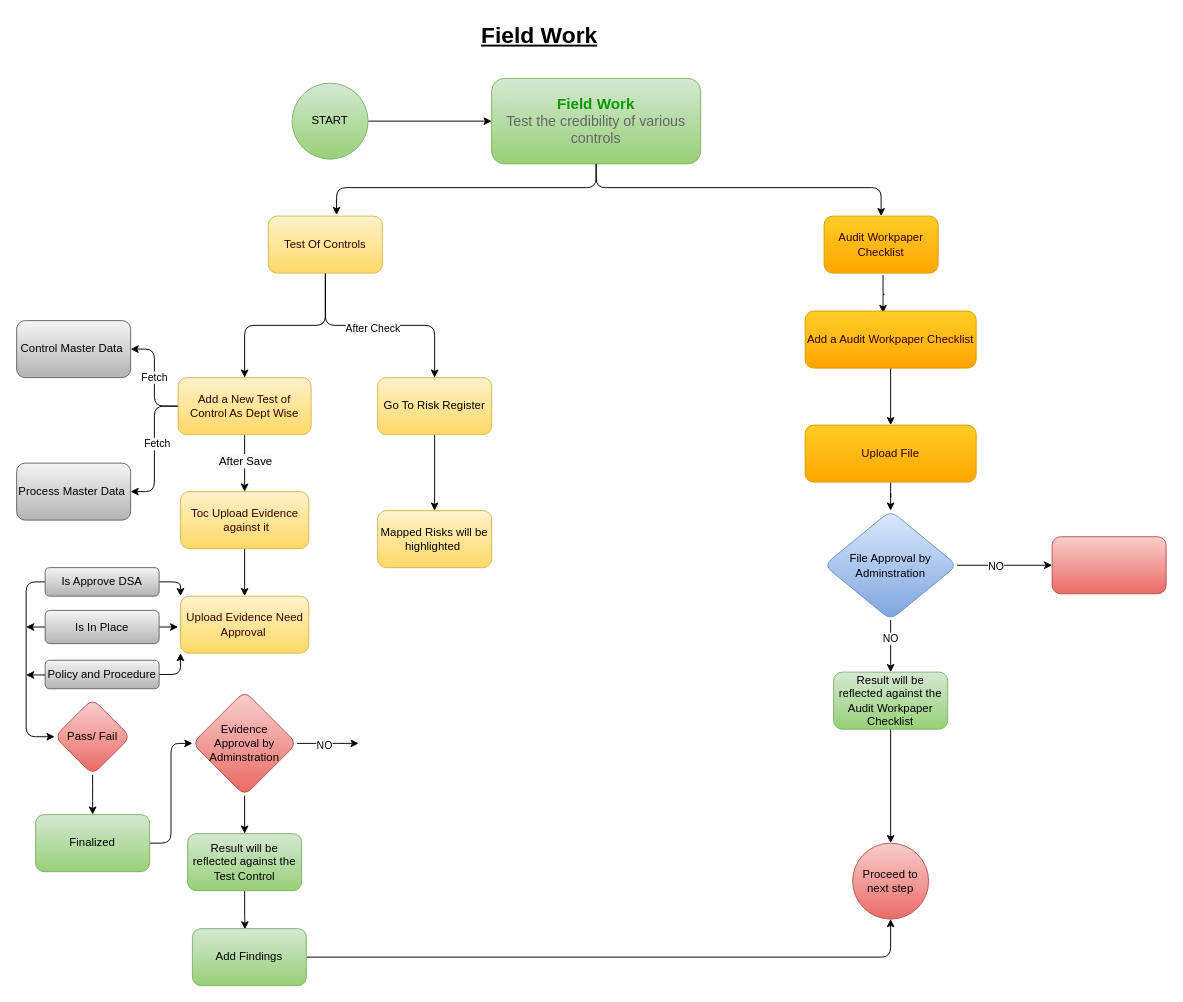
AvikM1996/draw.io keeps this draw.io diagram as page "Field Work" (12 of 32) of ERM & IA DFD.drawio. Above is the earlier version. Source tidied: cells renumbered, new cells numbered last; positions are measured from the earlier drawing's top-left corner, leaving out a move shared by most shapes. Both pictures are drawn from the tidied source at 95%, with x=0, y=0 at pixel (16, 16).
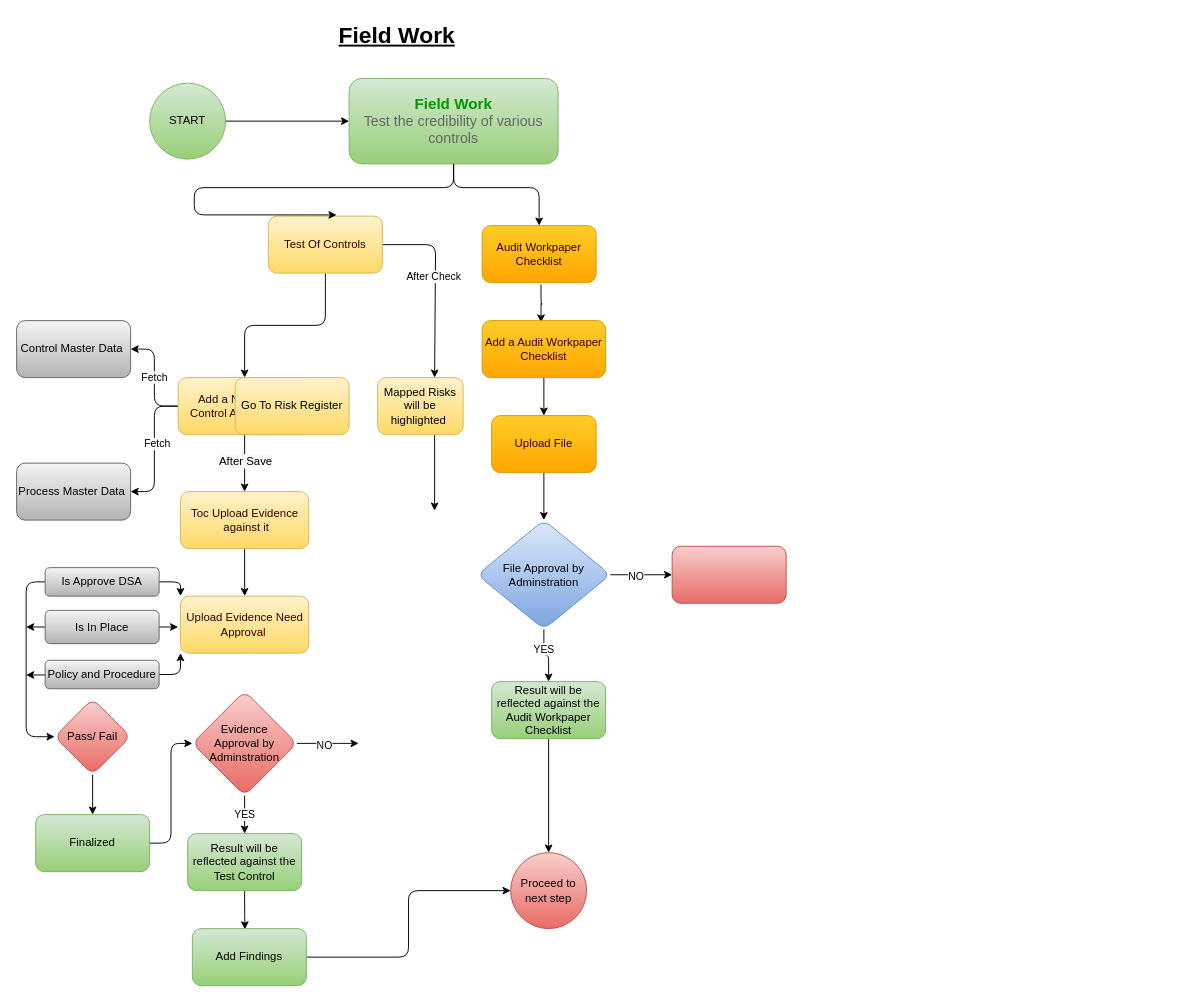
After the change.

The change refers to these unchanged cells:
```xml
<mxCell id="7" value="&lt;font color=&quot;#330000&quot;&gt;Test Of Controls&lt;/font&gt;" style="rounded=1;whiteSpace=wrap;html=1;fillColor=#fff2cc;strokeColor=#d6b656;gradientColor=#ffd966;" parent="1" vertex="1">
  <mxGeometry x="265" y="210" width="120" height="60" as="geometry" />
</mxCell>
<mxCell id="21" value="Evidence &lt;br&gt;Approval by Adminstration" style="rhombus;whiteSpace=wrap;html=1;rounded=1;fillColor=#f8cecc;gradientColor=#ea6b66;strokeColor=#b85450;" parent="1" vertex="1">
  <mxGeometry x="185" y="710" width="110" height="110" as="geometry" />
</mxCell>
<mxCell id="23" value="Result will be reflected against the Test Control" style="rounded=1;whiteSpace=wrap;html=1;fillColor=#d5e8d4;gradientColor=#97d077;strokeColor=#82b366;" parent="1" vertex="1">
  <mxGeometry x="180" y="860" width="120" height="60" as="geometry" />
</mxCell>
<mxCell id="36" style="edgeStyle=orthogonalEdgeStyle;rounded=1;jettySize=auto;html=1;exitX=0.5;exitY=1;exitDx=0;exitDy=0;entryX=0.5;entryY=0;entryDx=0;entryDy=0;" parent="1" edge="1" source="38" target="40">
  <mxGeometry relative="1" as="geometry" />
</mxCell>
```

Change to the diagram source:
```diff
@@
     <mxCell id="2" style="edgeStyle=orthogonalEdgeStyle;jettySize=auto;html=1;exitX=0.5;exitY=1;exitDx=0;exitDy=0;entryX=0.5;entryY=0;entryDx=0;entryDy=0;" parent="1" edge="1" source="3" target="8">
       <mxGeometry relative="1" as="geometry">
         <Array as="points">
-          <mxPoint x="610" y="180" />
-          <mxPoint x="910" y="180" />
+          <mxPoint x="460" y="180" />
+          <mxPoint x="550" y="180" />
         </Array>
       </mxGeometry>
     </mxCell>
     <mxCell id="3" value="&lt;font color=&quot;#009900&quot; style=&quot;font-size: 16px;&quot;&gt;&lt;b&gt;Field Work&lt;/b&gt;&lt;/font&gt;&lt;div&gt;&lt;font color=&quot;#666666&quot; style=&quot;font-size: 15px;&quot;&gt;Test the credibility of various controls&lt;/font&gt;&lt;/div&gt;" style="rounded=1;whiteSpace=wrap;html=1;fillColor=#d5e8d4;strokeColor=#82b366;gradientColor=#97d077;" parent="1" vertex="1">
-      <mxGeometry x="500" y="65" width="220" height="90" as="geometry" />
+      <mxGeometry x="350" y="65" width="220" height="90" as="geometry" />
     </mxCell>
@@
-    <mxCell id="5" style="edgeStyle=orthogonalEdgeStyle;rounded=1;jettySize=auto;html=1;" parent="1" edge="1" source="7" target="60">
-      <mxGeometry relative="1" as="geometry" />
+    <mxCell id="5" style="edgeStyle=orthogonalEdgeStyle;rounded=1;jettySize=auto;html=1;" parent="1" edge="1" source="7">
+      <mxGeometry relative="1" as="geometry">
+        <mxPoint x="440" y="380" as="targetPoint" />
+        <Array as="points">
+          <mxPoint x="441" y="240" />
+          <mxPoint x="441" y="380" />
+        </Array>
+      </mxGeometry>
     </mxCell>
@@
     <mxCell id="8" value="&lt;font color=&quot;#330000&quot;&gt;Audit Workpaper Checklist&lt;/font&gt;" style="rounded=1;whiteSpace=wrap;html=1;fillColor=#ffcd28;gradientColor=#ffa500;strokeColor=#d79b00;" parent="1" vertex="1">
-      <mxGeometry x="850" y="210" width="120" height="60" as="geometry" />
+      <mxGeometry x="490" y="220" width="120" height="60" as="geometry" />
     </mxCell>
@@
-    <mxCell id="20" style="edgeStyle=orthogonalEdgeStyle;rounded=1;jettySize=auto;html=1;exitX=0.5;exitY=1;exitDx=0;exitDy=0;entryX=0.5;entryY=0;entryDx=0;entryDy=0;" parent="1" edge="1" source="21" target="23">
+    <mxCell id="20" value="YES" style="edgeStyle=orthogonalEdgeStyle;rounded=1;jettySize=auto;html=1;exitX=0.5;exitY=1;exitDx=0;exitDy=0;entryX=0.5;entryY=0;entryDx=0;entryDy=0;" parent="1" edge="1" source="21" target="23">
       <mxGeometry relative="1" as="geometry" />
     </mxCell>
@@
     <mxCell id="27" value="START" style="ellipse;whiteSpace=wrap;html=1;rounded=1;fillColor=#d5e8d4;gradientColor=#97d077;strokeColor=#82b366;" parent="1" vertex="1">
-      <mxGeometry x="290" y="70" width="80" height="80" as="geometry" />
+      <mxGeometry x="140" y="70" width="80" height="80" as="geometry" />
     </mxCell>
     <mxCell id="28" value="Proceed to next step" style="ellipse;whiteSpace=wrap;html=1;rounded=1;fillColor=#f8cecc;gradientColor=#ea6b66;strokeColor=#b85450;" parent="1" vertex="1">
-      <mxGeometry x="880" y="870" width="80" height="80" as="geometry" />
+      <mxGeometry x="520" y="880" width="80" height="80" as="geometry" />
     </mxCell>
     <mxCell id="29" style="edgeStyle=orthogonalEdgeStyle;orthogonalLoop=1;jettySize=auto;html=1;" parent="1" edge="1">
       <mxGeometry relative="1" as="geometry">
-        <mxPoint x="912" y="272" as="sourcePoint" />
-        <mxPoint x="912" y="312" as="targetPoint" />
+        <mxPoint x="552" y="282" as="sourcePoint" />
+        <mxPoint x="552" y="322" as="targetPoint" />
         <Array as="points">
-          <mxPoint x="912" y="293" />
-          <mxPoint x="913" y="293" />
-          <mxPoint x="913" y="292" />
-          <mxPoint x="912" y="292" />
+          <mxPoint x="552" y="303" />
+          <mxPoint x="553" y="303" />
+          <mxPoint x="553" y="302" />
+          <mxPoint x="552" y="302" />
         </Array>
       </mxGeometry>
     </mxCell>
@@
     <mxCell id="31" value="&lt;font color=&quot;#330000&quot;&gt;Add a Audit Workpaper Checklist&lt;/font&gt;" style="rounded=1;whiteSpace=wrap;html=1;fillColor=#ffcd28;gradientColor=#ffa500;strokeColor=#d79b00;" parent="1" vertex="1">
-      <mxGeometry x="830" y="310" width="180" height="60" as="geometry" />
+      <mxGeometry x="490" y="320" width="130" height="60" as="geometry" />
     </mxCell>
@@
     <mxCell id="33" value="&lt;font color=&quot;#330000&quot;&gt;Upload File&lt;/font&gt;" style="rounded=1;whiteSpace=wrap;html=1;fillColor=#ffcd28;gradientColor=#ffa500;strokeColor=#d79b00;" parent="1" vertex="1">
-      <mxGeometry x="830" y="430" width="180" height="60" as="geometry" />
+      <mxGeometry x="500" y="420" width="110" height="60" as="geometry" />
     </mxCell>
@@
-    <mxCell id="37" value="NO" style="edgeLabel;html=1;align=center;verticalAlign=middle;rounded=1;" parent="36" vertex="1">
+    <mxCell id="37" value="YES" style="edgeLabel;html=1;align=center;verticalAlign=middle;rounded=1;" parent="36" vertex="1">
       <mxGeometry x="-0.32" y="-1" relative="1" as="geometry" />
     </mxCell>
     <mxCell id="38" value="File Approval by Adminstration" style="rhombus;whiteSpace=wrap;html=1;rounded=1;fillColor=#dae8fc;gradientColor=#7ea6e0;strokeColor=#6c8ebf;" parent="1" vertex="1">
-      <mxGeometry x="850" y="520" width="140" height="115" as="geometry" />
+      <mxGeometry x="485" y="530" width="140" height="115" as="geometry" />
     </mxCell>
@@
     <mxCell id="40" value="Result will be reflected against the Audit Workpaper Checklist" style="rounded=1;whiteSpace=wrap;html=1;fillColor=#d5e8d4;gradientColor=#97d077;strokeColor=#82b366;" parent="1" vertex="1">
-      <mxGeometry x="860" y="690" width="120" height="60" as="geometry" />
+      <mxGeometry x="500" y="700" width="120" height="60" as="geometry" />
     </mxCell>
     <mxCell id="41" style="rounded=1;whiteSpace=wrap;html=1;fillColor=#f8cecc;gradientColor=#ea6b66;strokeColor=#b85450;" parent="1" vertex="1">
-      <mxGeometry x="1090" y="547.5" width="120" height="60" as="geometry" />
+      <mxGeometry x="690" y="557.5" width="120" height="60" as="geometry" />
     </mxCell>
     <mxCell id="42" value="&lt;u&gt;Field Work&lt;/u&gt;" style="text;strokeColor=none;fillColor=none;html=1;fontSize=24;fontStyle=1;verticalAlign=middle;align=center;rounded=1;" parent="1" vertex="1">
-      <mxGeometry x="480" width="140" height="40" as="geometry" />
+      <mxGeometry x="330" width="140" height="40" as="geometry" />
     </mxCell>
@@
-    <mxCell id="59" style="edgeStyle=orthogonalEdgeStyle;rounded=1;jettySize=auto;html=1;" parent="1" edge="1" source="60" target="61">
-      <mxGeometry relative="1" as="geometry" />
+    <mxCell id="59" style="edgeStyle=orthogonalEdgeStyle;rounded=1;orthogonalLoop=1;jettySize=auto;html=1;" parent="1" edge="1">
+      <mxGeometry relative="1" as="geometry">
+        <mxPoint x="440" y="440" as="sourcePoint" />
+        <mxPoint x="440" y="520" as="targetPoint" />
+      </mxGeometry>
     </mxCell>
     <mxCell id="60" value="Go To Risk Register" style="whiteSpace=wrap;html=1;fillColor=#fff2cc;strokeColor=#d6b656;rounded=1;gradientColor=#ffd966;" parent="1" vertex="1">
-      <mxGeometry x="380" y="380" width="120" height="60" as="geometry" />
+      <mxGeometry x="230" y="380" width="120" height="60" as="geometry" />
     </mxCell>
     <mxCell id="61" value="Mapped Risks will be highlighted&amp;nbsp;" style="whiteSpace=wrap;html=1;fillColor=#fff2cc;strokeColor=#d6b656;rounded=1;gradientColor=#ffd966;" parent="1" vertex="1">
-      <mxGeometry x="380" y="520" width="120" height="60" as="geometry" />
+      <mxGeometry x="380" y="380" width="90" height="60" as="geometry" />
     </mxCell>
     <mxCell id="62" style="edgeStyle=orthogonalEdgeStyle;rounded=1;jettySize=auto;html=1;entryX=0.598;entryY=-0.021;entryDx=0;entryDy=0;entryPerimeter=0;" parent="1" edge="1" source="3" target="7">
       <mxGeometry relative="1" as="geometry">
         <Array as="points">
-          <mxPoint x="610" y="180" />
-          <mxPoint x="337" y="180" />
+          <mxPoint x="460" y="180" />
+          <mxPoint x="187" y="180" />
         </Array>
       </mxGeometry>
     </mxCell>
```
